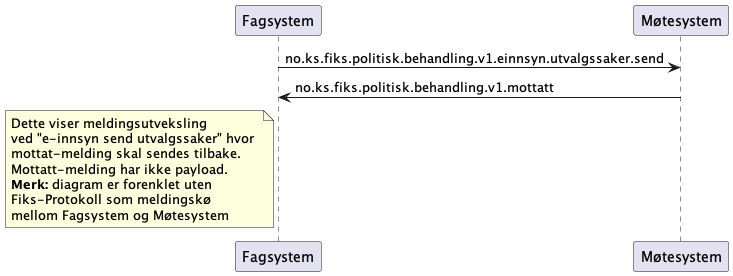
Above: Dokumentasjon/V1/meldingsutveksling/einnsyn-utvalgssaker-send/sekvensdiagram/sekvensdiagram-einnsyn-utvalgssaker-send.png in ks-no/fiks-politisk-behandling-specification (PlantUML), before the change. The source it was exported from:
```plantuml
@startuml
participant Fagsystem as "Fagsystem"
participant Møtesystem as "Møtesystem"

Fagsystem -> Møtesystem : no.ks.fiks.politisk.behandling.v1.einnsyn.utvalgssaker.send
Fagsystem <- Møtesystem : no.ks.fiks.politisk.behandling.v1.mottatt

note left of Fagsystem
Dette viser meldingsutveksling
ved "e-innsyn send utvalgssaker" hvor
mottat-melding skal sendes tilbake.
Mottatt-melding har ikke payload.
**Merk:** diagram er forenklet uten
Fiks-Protokoll som meldingskø
mellom Fagsystem og Møtesystem
end note

@enduml
```
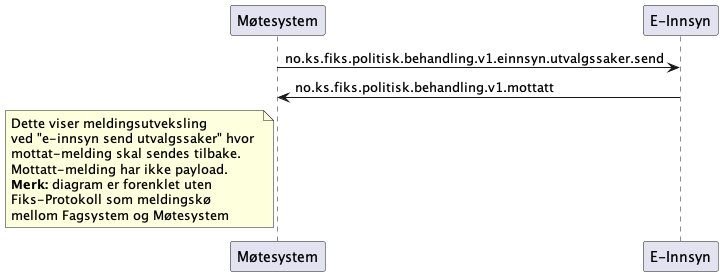
After the commit.

What changed in the source:
```diff
@@ -1,11 +1,11 @@
 @startuml
-participant Fagsystem as "Fagsystem"
 participant Møtesystem as "Møtesystem"
+participant EInnsyn as "E-Innsyn"
 
-Fagsystem -> Møtesystem : no.ks.fiks.politisk.behandling.v1.einnsyn.utvalgssaker.send
-Fagsystem <- Møtesystem : no.ks.fiks.politisk.behandling.v1.mottatt
+Møtesystem -> EInnsyn : no.ks.fiks.politisk.behandling.v1.einnsyn.utvalgssaker.send
+Møtesystem <- EInnsyn : no.ks.fiks.politisk.behandling.v1.mottatt
 
-note left of Fagsystem
+note left of Møtesystem
 Dette viser meldingsutveksling
 ved "e-innsyn send utvalgssaker" hvor
 mottat-melding skal sendes tilbake.
```
